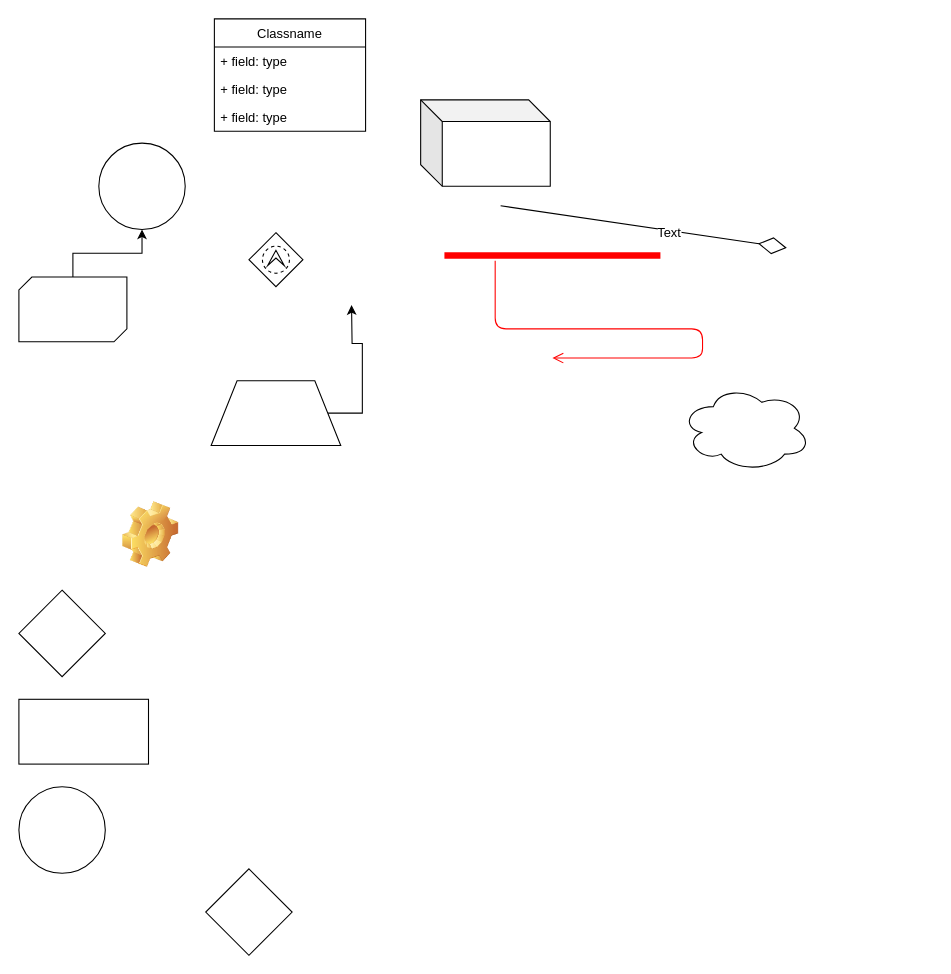
This is Untitled Diagram.drawio from newjcj/vim, a draw.io file, before an edit. Source tidied: cells renumbered, new cells numbered last; positions are measured from the earlier drawing's top-left corner, leaving out a move shared by most shapes. Both pictures are drawn from the tidied source at 108%, with x=0, y=0 at pixel (18, 18).
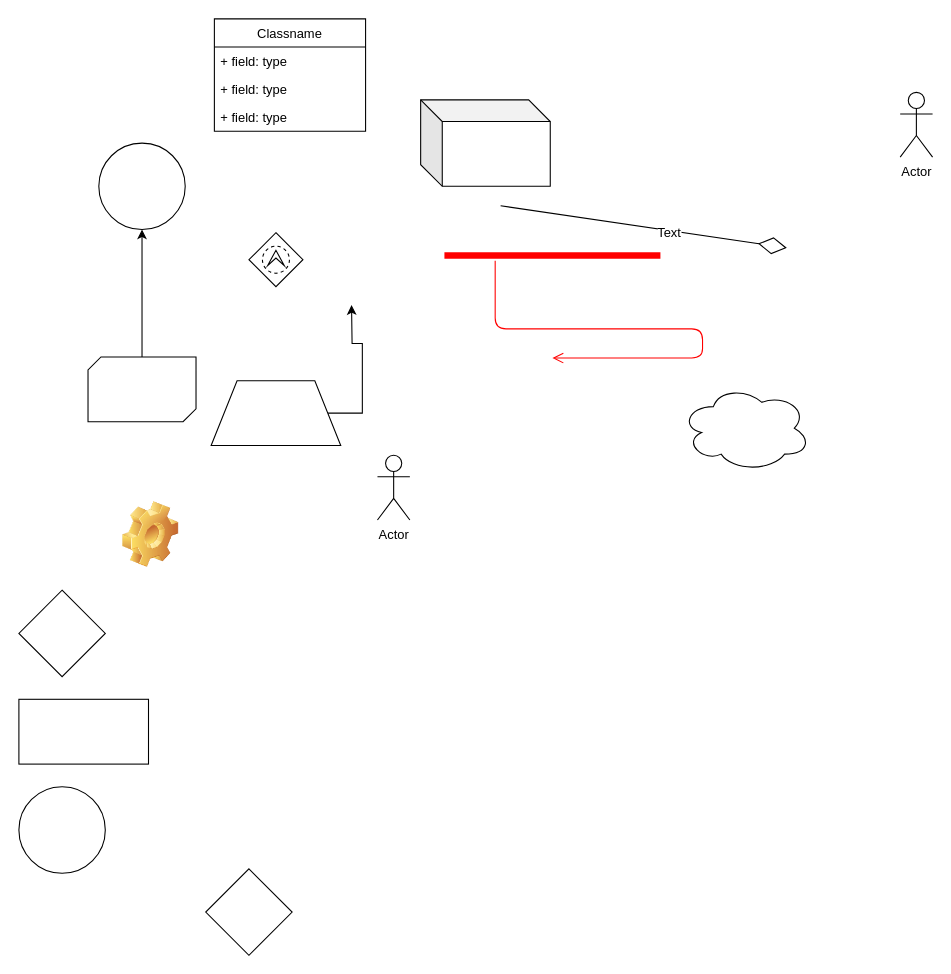
Above is the later version.

Diff of the diagram source:
```diff
@@
     <mxCell id="8" style="verticalLabelPosition=bottom;verticalAlign=top;html=1;shape=mxgraph.basic.diag_snip_rect;dx=6;" parent="1" vertex="1">
-      <mxGeometry y="239" width="100" height="60" as="geometry" />
+      <mxGeometry x="64" y="313" width="100" height="60" as="geometry" />
     </mxCell>
@@
+    <mxCell id="23" value="Actor" style="shape=umlActor;verticalLabelPosition=bottom;labelBackgroundColor=#ffffff;verticalAlign=top;html=1;" parent="1" vertex="1">
+      <mxGeometry x="332" y="404" width="30" height="60" as="geometry" />
+    </mxCell>
+    <mxCell id="24" value="Actor" style="shape=umlActor;verticalLabelPosition=bottom;labelBackgroundColor=#ffffff;verticalAlign=top;html=1;" parent="1" vertex="1">
+      <mxGeometry x="816" y="68" width="30" height="60" as="geometry" />
+    </mxCell>
```
